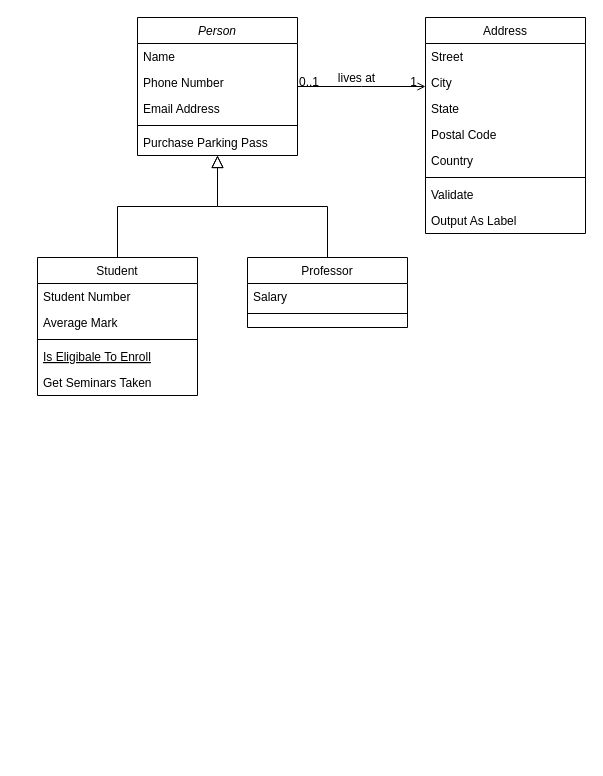
The draw.io diagram Untitled Diagram.drawio in clg05514/learning, before the edit. Source tidied: cells renumbered, new cells numbered last; positions are measured from the earlier drawing's top-left corner, leaving out a move shared by most shapes. Both pictures are drawn from the tidied source at 100%, with x=0, y=0 at pixel (37, 17).
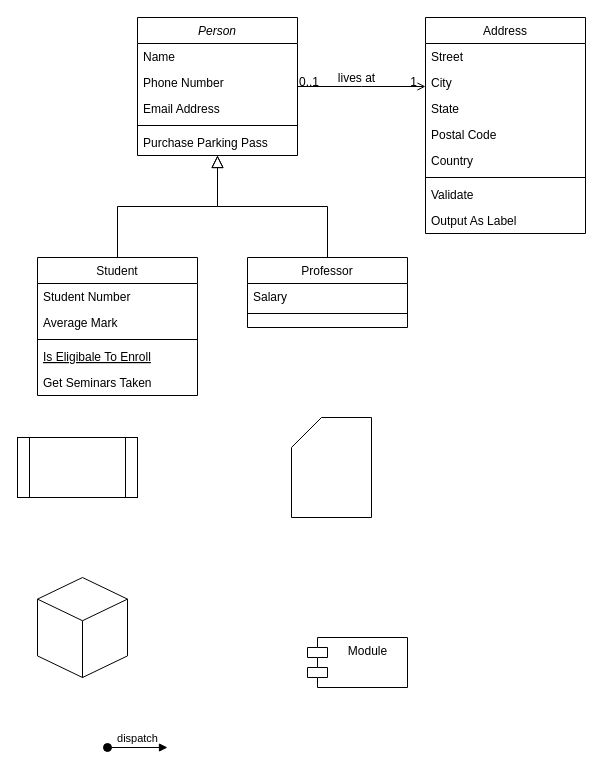
Above is the later version.

Change to the diagram source:
```diff
@@
+    <mxCell id="32" style="shape=card;whiteSpace=wrap;html=1;" parent="1" vertex="1">
+      <mxGeometry x="254" y="400" width="80" height="100" as="geometry" />
+    </mxCell>
+    <mxCell id="33" style="html=1;whiteSpace=wrap;shape=isoCube2;backgroundOutline=1;isoAngle=15;shadow=0;sketch=0;" parent="1" vertex="1">
+      <mxGeometry y="560" width="90" height="100" as="geometry" />
+    </mxCell>
+    <mxCell id="34" value="Module" style="shape=module;align=left;spacingLeft=20;align=center;verticalAlign=top;shadow=0;sketch=0;html=1;" parent="1" vertex="1">
+      <mxGeometry x="270" y="620" width="100" height="50" as="geometry" />
+    </mxCell>
+    <mxCell id="35" value="dispatch" style="html=1;verticalAlign=bottom;startArrow=oval;startFill=1;endArrow=block;startSize=8;" parent="1" edge="1">
+      <mxGeometry relative="1" as="geometry">
+        <mxPoint x="70" y="730" as="sourcePoint" />
+        <mxPoint x="130" y="730" as="targetPoint" />
+      </mxGeometry>
+    </mxCell>
+    <mxCell id="36" style="shape=process;whiteSpace=wrap;html=1;backgroundOutline=1;shadow=0;sketch=0;" parent="1" vertex="1">
+      <mxGeometry x="-20" y="420" width="120" height="60" as="geometry" />
+    </mxCell>
```
